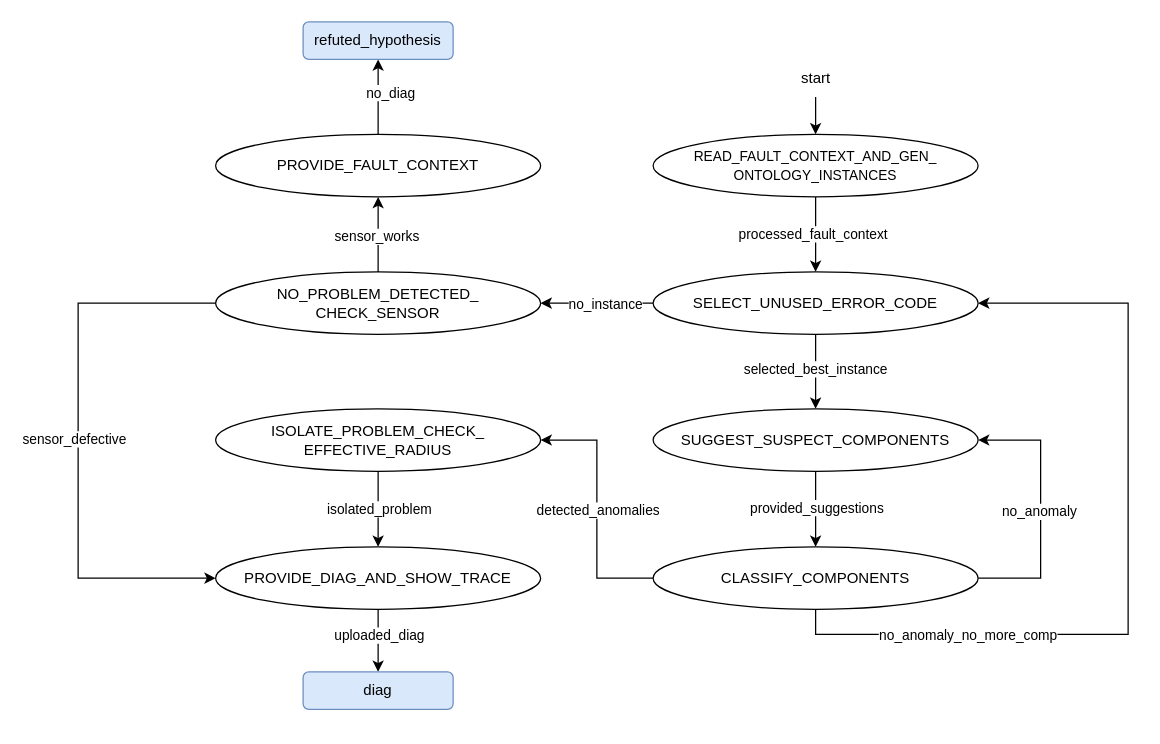
Before: high_lvl_smach.drawio in tbohne/nesy_diag_smach, a draw.io diagram. Source tidied: cells renumbered, new cells numbered last; positions are measured from the earlier drawing's top-left corner, leaving out a move shared by most shapes. Both pictures are drawn from the tidied source at 125%, with x=0, y=0 at pixel (78, 21).
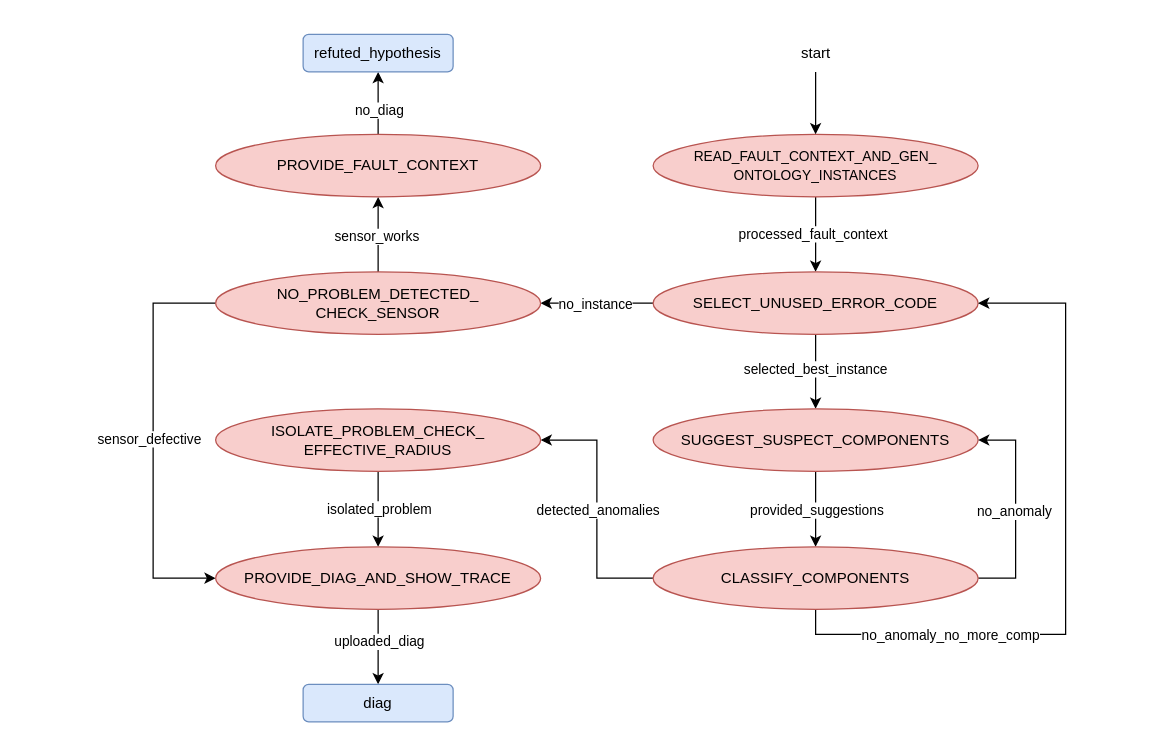
Above is the later version.

The change refers to these unchanged cells:
```xml
<mxCell id="2" style="edgeStyle=orthogonalEdgeStyle;rounded=0;jettySize=auto;html=1;exitX=0.5;exitY=0;exitDx=0;exitDy=0;entryX=0.5;entryY=1;entryDx=0;entryDy=0;" parent="1" edge="1" source="37" target="6">
  <mxGeometry relative="1" as="geometry">
    <Array as="points">
      <mxPoint x="240" y="60" />
      <mxPoint x="240" y="60" />
    </Array>
  </mxGeometry>
</mxCell>
<mxCell id="15" style="edgeStyle=orthogonalEdgeStyle;rounded=0;jettySize=auto;html=1;exitX=0;exitY=0.5;exitDx=0;exitDy=0;" parent="1" edge="1" source="17" target="35">
  <mxGeometry relative="1" as="geometry" />
</mxCell>
<mxCell id="18" style="edgeStyle=orthogonalEdgeStyle;rounded=0;jettySize=auto;html=1;exitX=0.5;exitY=1;exitDx=0;exitDy=0;entryX=0.5;entryY=0;entryDx=0;entryDy=0;" parent="1" edge="1" source="20" target="27">
  <mxGeometry relative="1" as="geometry" />
</mxCell>
```

The edit, as a diff of the source:
```diff
@@
     <mxCell id="3" value="&lt;div&gt;no_diag&lt;/div&gt;" style="edgeLabel;html=1;align=center;verticalAlign=middle;" parent="2" vertex="1">
       <mxGeometry x="0.19" y="-2" relative="1" as="geometry">
-        <mxPoint x="7" y="2" as="offset" />
+        <mxPoint x="-2" y="10" as="offset" />
       </mxGeometry>
     </mxCell>
@@
     <mxCell id="6" value="refuted_hypothesis" style="rounded=1;whiteSpace=wrap;html=1;fillColor=#dae8fc;strokeColor=#6c8ebf;" parent="1" vertex="1">
-      <mxGeometry x="180" width="120" height="30" as="geometry" />
+      <mxGeometry x="180" y="10" width="120" height="30" as="geometry" />
     </mxCell>
     <mxCell id="7" value="diag" style="rounded=1;whiteSpace=wrap;html=1;fillColor=#dae8fc;strokeColor=#6c8ebf;" parent="1" vertex="1">
-      <mxGeometry x="180" y="520" width="120" height="30" as="geometry" />
+      <mxGeometry x="180" y="530" width="120" height="30" as="geometry" />
     </mxCell>
@@
-    <mxCell id="10" value="&lt;font style=&quot;font-size: 11px;&quot;&gt;READ_FAULT_CONTEXT_AND_GEN_&lt;br&gt;ONTOLOGY_INSTANCES&lt;/font&gt;" style="ellipse;whiteSpace=wrap;html=1;" parent="1" vertex="1">
+    <mxCell id="10" value="&lt;font style=&quot;font-size: 11px;&quot;&gt;READ_FAULT_CONTEXT_AND_GEN_&lt;br&gt;ONTOLOGY_INSTANCES&lt;/font&gt;" style="ellipse;whiteSpace=wrap;html=1;fillColor=#f8cecc;strokeColor=#b85450;" parent="1" vertex="1">
       <mxGeometry x="460" y="90" width="260" height="50" as="geometry" />
     </mxCell>
@@
     <mxCell id="12" value="start" style="text;html=1;align=center;verticalAlign=middle;points=[];strokeColor=none;fillColor=none;" parent="1" vertex="1">
-      <mxGeometry x="565" y="30" width="50" height="30" as="geometry" />
+      <mxGeometry x="565" y="10" width="50" height="30" as="geometry" />
     </mxCell>
@@
     <mxCell id="16" value="no_instance" style="edgeLabel;html=1;align=center;verticalAlign=middle;" parent="15" vertex="1">
       <mxGeometry x="0.25" y="1" relative="1" as="geometry">
-        <mxPoint x="17" y="-1" as="offset" />
+        <mxPoint x="9" y="-1" as="offset" />
       </mxGeometry>
     </mxCell>
-    <mxCell id="17" value="SELECT_UNUSED_ERROR_CODE" style="ellipse;whiteSpace=wrap;html=1;" parent="1" vertex="1">
+    <mxCell id="17" value="SELECT_UNUSED_ERROR_CODE" style="ellipse;whiteSpace=wrap;html=1;fillColor=#f8cecc;strokeColor=#b85450;" parent="1" vertex="1">
       <mxGeometry x="460" y="200" width="260" height="50" as="geometry" />
     </mxCell>
@@
     <mxCell id="19" value="provided_suggestions" style="edgeLabel;html=1;align=center;verticalAlign=middle;" parent="18" vertex="1">
-      <mxGeometry x="-0.05" relative="1" as="geometry" />
+      <mxGeometry x="-0.05" relative="1" as="geometry">
+        <mxPoint y="2" as="offset" />
+      </mxGeometry>
     </mxCell>
-    <mxCell id="20" value="SUGGEST_SUSPECT_COMPONENTS" style="ellipse;whiteSpace=wrap;html=1;" parent="1" vertex="1">
+    <mxCell id="20" value="SUGGEST_SUSPECT_COMPONENTS" style="ellipse;whiteSpace=wrap;html=1;fillColor=#f8cecc;strokeColor=#b85450;" parent="1" vertex="1">
       <mxGeometry x="460" y="309.5" width="260" height="50" as="geometry" />
     </mxCell>
     <mxCell id="21" style="edgeStyle=orthogonalEdgeStyle;rounded=0;jettySize=auto;html=1;exitX=1;exitY=0.5;exitDx=0;exitDy=0;entryX=1;entryY=0.5;entryDx=0;entryDy=0;" parent="1" edge="1" source="27" target="20">
       <mxGeometry relative="1" as="geometry">
         <Array as="points">
-          <mxPoint x="770" y="445" />
-          <mxPoint x="770" y="334" />
+          <mxPoint x="750" y="445" />
+          <mxPoint x="750" y="335" />
         </Array>
       </mxGeometry>
     </mxCell>
@@
     <mxCell id="25" style="edgeStyle=orthogonalEdgeStyle;rounded=0;jettySize=auto;html=1;exitX=0.5;exitY=1;exitDx=0;exitDy=0;entryX=1;entryY=0.5;entryDx=0;entryDy=0;" parent="1" edge="1" source="27" target="17">
       <mxGeometry relative="1" as="geometry">
         <Array as="points">
           <mxPoint x="590" y="490" />
-          <mxPoint x="840" y="490" />
-          <mxPoint x="840" y="225" />
+          <mxPoint x="790" y="490" />
+          <mxPoint x="790" y="225" />
         </Array>
       </mxGeometry>
     </mxCell>
@@
-    <mxCell id="27" value="CLASSIFY_COMPONENTS" style="ellipse;whiteSpace=wrap;html=1;" parent="1" vertex="1">
+    <mxCell id="27" value="CLASSIFY_COMPONENTS" style="ellipse;whiteSpace=wrap;html=1;fillColor=#f8cecc;strokeColor=#b85450;" parent="1" vertex="1">
       <mxGeometry x="460" y="420" width="260" height="50" as="geometry" />
     </mxCell>
@@
-    <mxCell id="30" value="&lt;div&gt;ISOLATE_PROBLEM_CHECK_&lt;/div&gt;&lt;div&gt;EFFECTIVE_RADIUS&lt;/div&gt;" style="ellipse;whiteSpace=wrap;html=1;" parent="1" vertex="1">
+    <mxCell id="30" value="&lt;div&gt;ISOLATE_PROBLEM_CHECK_&lt;/div&gt;&lt;div&gt;EFFECTIVE_RADIUS&lt;/div&gt;" style="ellipse;whiteSpace=wrap;html=1;fillColor=#f8cecc;strokeColor=#b85450;" parent="1" vertex="1">
       <mxGeometry x="110" y="309.5" width="260" height="50" as="geometry" />
     </mxCell>
     <mxCell id="31" style="edgeStyle=orthogonalEdgeStyle;rounded=0;jettySize=auto;html=1;exitX=0;exitY=0.5;exitDx=0;exitDy=0;entryX=0;entryY=0.5;entryDx=0;entryDy=0;" parent="1" edge="1" source="35" target="36">
       <mxGeometry relative="1" as="geometry">
         <Array as="points">
-          <mxPoint y="225" />
-          <mxPoint y="445" />
+          <mxPoint x="60" y="225" />
+          <mxPoint x="60" y="445" />
         </Array>
       </mxGeometry>
     </mxCell>
@@
-    <mxCell id="35" value="&lt;div&gt;NO_PROBLEM_DETECTED_&lt;/div&gt;&lt;div&gt;CHECK_SENSOR&lt;br&gt;&lt;/div&gt;" style="ellipse;whiteSpace=wrap;html=1;" parent="1" vertex="1">
+    <mxCell id="35" value="&lt;div&gt;NO_PROBLEM_DETECTED_&lt;/div&gt;&lt;div&gt;CHECK_SENSOR&lt;br&gt;&lt;/div&gt;" style="ellipse;whiteSpace=wrap;html=1;fillColor=#f8cecc;strokeColor=#b85450;" parent="1" vertex="1">
       <mxGeometry x="110" y="200" width="260" height="50" as="geometry" />
     </mxCell>
-    <mxCell id="36" value="PROVIDE_DIAG_AND_SHOW_TRACE" style="ellipse;whiteSpace=wrap;html=1;" parent="1" vertex="1">
+    <mxCell id="36" value="PROVIDE_DIAG_AND_SHOW_TRACE" style="ellipse;whiteSpace=wrap;html=1;fillColor=#f8cecc;strokeColor=#b85450;" parent="1" vertex="1">
       <mxGeometry x="110" y="420" width="260" height="50" as="geometry" />
     </mxCell>
-    <mxCell id="37" value="&lt;div&gt;PROVIDE_FAULT_CONTEXT&lt;/div&gt;" style="ellipse;whiteSpace=wrap;html=1;" parent="1" vertex="1">
+    <mxCell id="37" value="&lt;div&gt;PROVIDE_FAULT_CONTEXT&lt;/div&gt;" style="ellipse;whiteSpace=wrap;html=1;fillColor=#f8cecc;strokeColor=#b85450;" parent="1" vertex="1">
       <mxGeometry x="110" y="90" width="260" height="50" as="geometry" />
     </mxCell>
```
